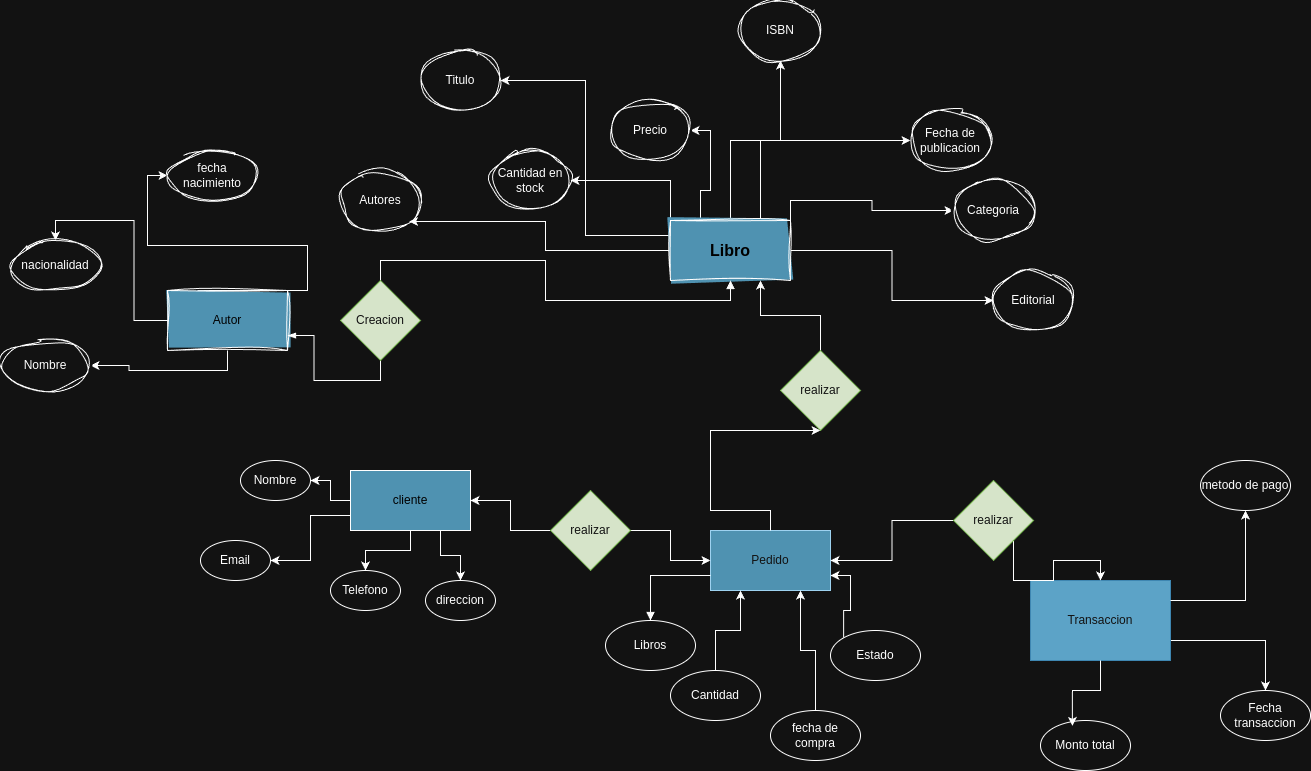
This is modelo conceptual.png from kvinnxz/Examen_Intro, a draw.io export, as it was before one commit. Source tidied: cells renumbered, new cells last; positions are measured from the earlier drawing's top-left corner, leaving out a move shared by most shapes.
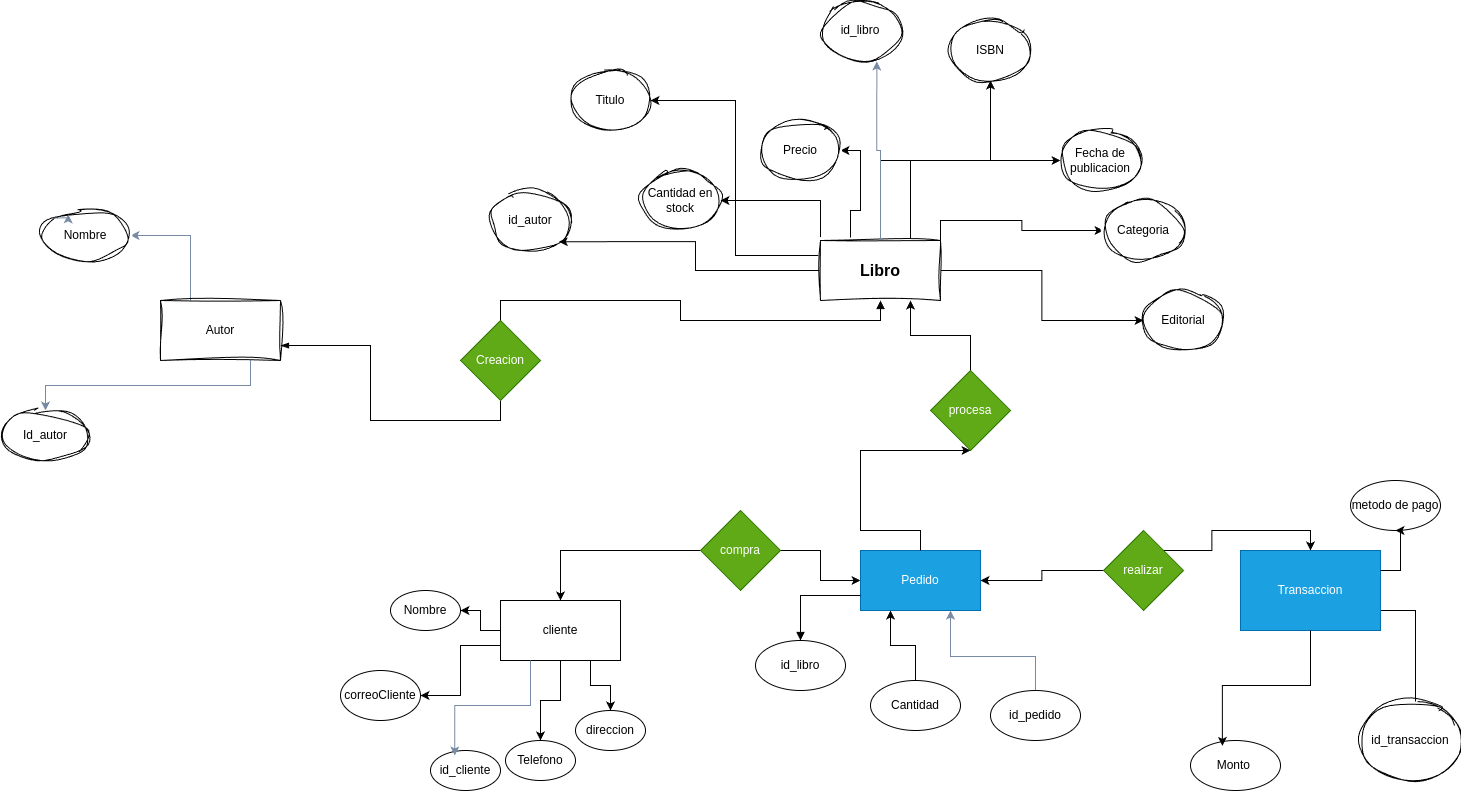
Above is the later version.

Commit message:
Diagrama Conceptual de Entidad-Relación.png

Change to the diagram source:
```diff
@@ -32,7 +32,7 @@
     <mxCell id="11" value="Editorial" style="ellipse;whiteSpace=wrap;html=1;labelBackgroundColor=none;sketch=1;curveFitting=1;jiggle=2;" parent="1" vertex="1">
       <mxGeometry x="993" y="270" width="80" height="60" as="geometry" />
     </mxCell>
-    <mxCell id="12" value="Autores" style="ellipse;whiteSpace=wrap;html=1;labelBackgroundColor=none;sketch=1;curveFitting=1;jiggle=2;" parent="1" vertex="1">
+    <mxCell id="12" value="id_autor" style="ellipse;whiteSpace=wrap;html=1;labelBackgroundColor=none;sketch=1;curveFitting=1;jiggle=2;" parent="1" vertex="1">
       <mxGeometry x="340" y="170" width="80" height="60" as="geometry" />
     </mxCell>
     <mxCell id="13" value="Titulo" style="ellipse;whiteSpace=wrap;html=1;labelBackgroundColor=none;sketch=1;curveFitting=1;jiggle=2;" parent="1" vertex="1">
@@ -45,7 +45,7 @@
       <mxGeometry x="910" y="110" width="80" height="60" as="geometry" />
     </mxCell>
     <mxCell id="16" value="ISBN" style="ellipse;whiteSpace=wrap;html=1;labelBackgroundColor=none;sketch=1;curveFitting=1;jiggle=2;" parent="1" vertex="1">
-      <mxGeometry x="740" width="80" height="60" as="geometry" />
+      <mxGeometry x="800" width="80" height="60" as="geometry" />
     </mxCell>
     <mxCell id="17" value="Cantidad en stock" style="ellipse;whiteSpace=wrap;html=1;labelBackgroundColor=none;sketch=1;curveFitting=1;jiggle=2;" parent="1" vertex="1">
       <mxGeometry x="490" y="150" width="80" height="60" as="geometry" />
@@ -53,42 +53,26 @@
     <mxCell id="18" value="Precio" style="ellipse;whiteSpace=wrap;html=1;labelBackgroundColor=none;sketch=1;curveFitting=1;jiggle=2;" parent="1" vertex="1">
       <mxGeometry x="610" y="100" width="80" height="60" as="geometry" />
     </mxCell>
+    <mxCell id="22" style="edgeStyle=orthogonalEdgeStyle;rounded=0;jettySize=auto;html=1;exitX=0.5;exitY=0;exitDx=0;exitDy=0;entryX=0.5;entryY=1;entryDx=0;entryDy=0;shape=wire;dashed=1;endArrow=block;endFill=1;strokeWidth=1;startArrow=none;startFill=0;" parent="1" edge="1" source="28" target="10">
+      <mxGeometry relative="1" as="geometry" />
+    </mxCell>
+    <mxCell id="65" style="edgeStyle=orthogonalEdgeStyle;rounded=0;jettySize=auto;html=1;exitX=0.75;exitY=1;exitDx=0;exitDy=0;entryX=0.5;entryY=0;entryDx=0;entryDy=0;strokeColor=#788AA3;fontColor=#46495D;fillColor=#B2C9AB;" parent="1" edge="1" source="23" target="67">
+      <mxGeometry relative="1" as="geometry" />
+    </mxCell>
-    <mxCell id="19" style="edgeStyle=orthogonalEdgeStyle;rounded=0;jettySize=auto;html=1;exitX=0.5;exitY=1;exitDx=0;exitDy=0;" parent="1" edge="1" source="23" target="24">
+    <mxCell id="19" style="edgeStyle=orthogonalEdgeStyle;rounded=0;jettySize=auto;html=1;exitX=0.25;exitY=0;exitDx=0;exitDy=0;entryX=1;entryY=0.5;entryDx=0;entryDy=0;strokeColor=#788AA3;fontColor=#46495D;fillColor=#B2C9AB;" parent="1" edge="1" source="23" target="24">
       <mxGeometry relative="1" as="geometry" />
     </mxCell>
-    <mxCell id="20" style="edgeStyle=orthogonalEdgeStyle;rounded=0;jettySize=auto;html=1;exitX=0.25;exitY=0;exitDx=0;exitDy=0;entryX=0;entryY=0.5;entryDx=0;entryDy=0;" parent="1" edge="1" source="23" target="25">
-      <mxGeometry relative="1" as="geometry">
-        <Array as="points">
-          <mxPoint x="307" y="290" />
-          <mxPoint x="307" y="245" />
-          <mxPoint x="147" y="245" />
-          <mxPoint x="147" y="175" />
-        </Array>
-      </mxGeometry>
-    </mxCell>
-    <mxCell id="21" style="edgeStyle=orthogonalEdgeStyle;rounded=0;jettySize=auto;html=1;exitX=0;exitY=0.5;exitDx=0;exitDy=0;entryX=0.5;entryY=0;entryDx=0;entryDy=0;" parent="1" edge="1" source="23" target="26">
-      <mxGeometry relative="1" as="geometry" />
-    </mxCell>
-    <mxCell id="22" style="edgeStyle=orthogonalEdgeStyle;rounded=0;jettySize=auto;html=1;exitX=0.5;exitY=0;exitDx=0;exitDy=0;entryX=0.5;entryY=1;entryDx=0;entryDy=0;shape=wire;dashed=1;endArrow=block;endFill=1;strokeWidth=1;startArrow=none;startFill=0;" parent="1" edge="1" source="28" target="10">
-      <mxGeometry relative="1" as="geometry" />
-    </mxCell>
     <mxCell id="23" value="&lt;font style=&quot;color: light-dark(rgb(0, 0, 0), rgb(0, 0, 0));&quot;&gt;Autor&lt;/font&gt;" style="rounded=0;whiteSpace=wrap;html=1;labelBackgroundColor=none;sketch=1;curveFitting=1;jiggle=2;fillColor=light-dark(#FFFFFF,#4F92B1);" parent="1" vertex="1">
-      <mxGeometry x="167" y="290" width="120" height="60" as="geometry" />
+      <mxGeometry x="10" y="280" width="120" height="60" as="geometry" />
     </mxCell>
     <mxCell id="24" value="Nombre" style="ellipse;whiteSpace=wrap;html=1;labelBackgroundColor=none;sketch=1;curveFitting=1;jiggle=2;" parent="1" vertex="1">
-      <mxGeometry y="340" width="90" height="50" as="geometry" />
+      <mxGeometry x="-110" y="190" width="90" height="50" as="geometry" />
     </mxCell>
-    <mxCell id="25" value="fecha nacimiento" style="ellipse;whiteSpace=wrap;html=1;labelBackgroundColor=none;sketch=1;curveFitting=1;jiggle=2;" parent="1" vertex="1">
-      <mxGeometry x="167" y="150" width="90" height="50" as="geometry" />
-    </mxCell>
-    <mxCell id="26" value="nacionalidad" style="ellipse;whiteSpace=wrap;html=1;labelBackgroundColor=none;sketch=1;curveFitting=1;jiggle=2;" parent="1" vertex="1">
-      <mxGeometry x="10" y="240" width="90" height="50" as="geometry" />
-    </mxCell>
     <mxCell id="27" style="edgeStyle=orthogonalEdgeStyle;rounded=0;jettySize=auto;html=1;exitX=1;exitY=0.75;exitDx=0;exitDy=0;entryX=0.5;entryY=1;entryDx=0;entryDy=0;shape=wire;dashed=1;endArrow=none;endFill=0;strokeWidth=1;startArrow=blockThin;startFill=1;" parent="1" edge="1" source="23" target="28">
       <mxGeometry relative="1" as="geometry" />
     </mxCell>
     <mxCell id="28" value="Creacion" style="rhombus;whiteSpace=wrap;html=1;fillColor=light-dark(#60A917,#D6E4C9);fontColor=#ffffff;strokeColor=#2D7600;" parent="1" vertex="1">
-      <mxGeometry x="340" y="280" width="80" height="80" as="geometry" />
+      <mxGeometry x="310" y="300" width="80" height="80" as="geometry" />
     </mxCell>
     <mxCell id="29" value="Pedido" style="rounded=0;whiteSpace=wrap;html=1;fillColor=light-dark(#1BA1E2,#4F92B1);fontColor=#ffffff;strokeColor=light-dark(#006EAF, #9ed2f0);" parent="1" vertex="1">
       <mxGeometry x="710" y="530" width="120" height="60" as="geometry" />
@@ -96,7 +80,7 @@
     <mxCell id="30" style="edgeStyle=orthogonalEdgeStyle;rounded=0;jettySize=auto;html=1;exitX=0.5;exitY=0;exitDx=0;exitDy=0;entryX=0;entryY=0.75;entryDx=0;entryDy=0;endArrow=none;endFill=0;startArrow=block;startFill=1;" parent="1" edge="1" source="31" target="29">
       <mxGeometry relative="1" as="geometry" />
     </mxCell>
-    <mxCell id="31" value="Libros" style="ellipse;whiteSpace=wrap;html=1;" parent="1" vertex="1">
+    <mxCell id="31" value="id_libro" style="ellipse;whiteSpace=wrap;html=1;" parent="1" vertex="1">
       <mxGeometry x="605" y="620" width="90" height="50" as="geometry" />
     </mxCell>
     <mxCell id="32" style="edgeStyle=orthogonalEdgeStyle;rounded=0;orthogonalLoop=1;jettySize=auto;html=1;exitX=0.5;exitY=1;exitDx=0;exitDy=0;" parent="1" edge="1" source="29" target="29">
@@ -132,19 +116,19 @@
       <mxGeometry relative="1" as="geometry" />
     </mxCell>
     <mxCell id="40" value="&lt;font style=&quot;color: light-dark(rgb(0, 0, 0), rgb(0, 0, 0));&quot;&gt;cliente&lt;/font&gt;" style="rounded=0;whiteSpace=wrap;html=1;fillColor=light-dark(#FFFFFF,#4F92B1);" parent="1" vertex="1">
-      <mxGeometry x="350" y="470" width="120" height="60" as="geometry" />
+      <mxGeometry x="350" y="580" width="120" height="60" as="geometry" />
     </mxCell>
     <mxCell id="41" value="Nombre" style="ellipse;whiteSpace=wrap;html=1;" parent="1" vertex="1">
-      <mxGeometry x="240" y="460" width="70" height="40" as="geometry" />
+      <mxGeometry x="240" y="570" width="70" height="40" as="geometry" />
     </mxCell>
-    <mxCell id="42" value="Email" style="ellipse;whiteSpace=wrap;html=1;" parent="1" vertex="1">
-      <mxGeometry x="200" y="540" width="70" height="40" as="geometry" />
+    <mxCell id="42" value="correoCliente" style="ellipse;whiteSpace=wrap;html=1;" parent="1" vertex="1">
+      <mxGeometry x="190" y="650" width="80" height="50" as="geometry" />
     </mxCell>
     <mxCell id="43" value="Telefono" style="ellipse;whiteSpace=wrap;html=1;" parent="1" vertex="1">
-      <mxGeometry x="330" y="570" width="70" height="40" as="geometry" />
+      <mxGeometry x="355" y="720" width="70" height="40" as="geometry" />
     </mxCell>
     <mxCell id="44" value="direccion" style="ellipse;whiteSpace=wrap;html=1;" parent="1" vertex="1">
-      <mxGeometry x="425" y="580" width="70" height="40" as="geometry" />
+      <mxGeometry x="425" y="690" width="70" height="40" as="geometry" />
     </mxCell>
     <mxCell id="45" style="edgeStyle=orthogonalEdgeStyle;rounded=0;jettySize=auto;html=1;exitX=0;exitY=0.5;exitDx=0;exitDy=0;" parent="1" edge="1" source="47" target="40">
       <mxGeometry relative="1" as="geometry" />
@@ -152,14 +136,16 @@
     <mxCell id="46" style="edgeStyle=orthogonalEdgeStyle;rounded=0;jettySize=auto;html=1;exitX=1;exitY=0.5;exitDx=0;exitDy=0;entryX=0;entryY=0.5;entryDx=0;entryDy=0;" parent="1" edge="1" source="47" target="29">
       <mxGeometry relative="1" as="geometry" />
     </mxCell>
-    <mxCell id="47" value="realizar" style="rhombus;whiteSpace=wrap;html=1;fillColor=light-dark(#60A917,#D6E4C9);fontColor=#ffffff;strokeColor=#2D7600;" parent="1" vertex="1">
+    <mxCell id="47" value="compra" style="rhombus;whiteSpace=wrap;html=1;fillColor=light-dark(#60A917,#D6E4C9);fontColor=#ffffff;strokeColor=#2D7600;" parent="1" vertex="1">
       <mxGeometry x="550" y="490" width="80" height="80" as="geometry" />
     </mxCell>
-    <mxCell id="48" style="edgeStyle=orthogonalEdgeStyle;rounded=0;jettySize=auto;html=1;exitX=1;exitY=0.75;exitDx=0;exitDy=0;entryX=0.5;entryY=0;entryDx=0;entryDy=0;" parent="1" edge="1" source="49" target="62">
-      <mxGeometry relative="1" as="geometry" />
+    <mxCell id="48" style="edgeStyle=orthogonalEdgeStyle;rounded=0;jettySize=auto;html=1;exitX=1;exitY=0.75;exitDx=0;exitDy=0;entryX=0.5;entryY=0;entryDx=0;entryDy=0;" parent="1" edge="1" source="49">
+      <mxGeometry relative="1" as="geometry">
+        <mxPoint x="1265" y="690" as="targetPoint" />
+      </mxGeometry>
     </mxCell>
     <mxCell id="49" value="Transaccion" style="rounded=0;whiteSpace=wrap;html=1;fillColor=light-dark(#1ba1e2, #5ca3c7);fontColor=#ffffff;strokeColor=light-dark(#006EAF,#3E86B1);" parent="1" vertex="1">
-      <mxGeometry x="1030" y="580" width="140" height="80" as="geometry" />
+      <mxGeometry x="1090" y="530" width="140" height="80" as="geometry" />
     </mxCell>
     <mxCell id="50" style="edgeStyle=orthogonalEdgeStyle;rounded=0;jettySize=auto;html=1;exitX=0;exitY=0.5;exitDx=0;exitDy=0;entryX=1;entryY=0.5;entryDx=0;entryDy=0;" parent="1" edge="1" source="52" target="29">
       <mxGeometry relative="1" as="geometry" />
@@ -168,43 +154,60 @@
       <mxGeometry relative="1" as="geometry" />
     </mxCell>
     <mxCell id="52" value="realizar" style="rhombus;whiteSpace=wrap;html=1;fillColor=light-dark(#60A917,#D6E4C9);fontColor=#ffffff;strokeColor=#2D7600;" parent="1" vertex="1">
-      <mxGeometry x="953" y="480" width="80" height="80" as="geometry" />
+      <mxGeometry x="953" y="510" width="80" height="80" as="geometry" />
     </mxCell>
-    <mxCell id="53" value="realizar" style="rhombus;whiteSpace=wrap;html=1;fillColor=light-dark(#60A917,#D6E4C9);fontColor=#ffffff;strokeColor=#2D7600;" parent="1" vertex="1">
+    <mxCell id="53" value="procesa" style="rhombus;whiteSpace=wrap;html=1;fillColor=light-dark(#60A917,#D6E4C9);fontColor=#ffffff;strokeColor=#2D7600;" parent="1" vertex="1">
       <mxGeometry x="780" y="350" width="80" height="80" as="geometry" />
     </mxCell>
-    <mxCell id="54" style="edgeStyle=orthogonalEdgeStyle;rounded=0;jettySize=auto;html=1;exitX=0.5;exitY=0;exitDx=0;exitDy=0;entryX=0.75;entryY=1;entryDx=0;entryDy=0;" parent="1" edge="1" source="55" target="29">
-      <mxGeometry relative="1" as="geometry" />
-    </mxCell>
-    <mxCell id="55" value="fecha de compra" style="ellipse;whiteSpace=wrap;html=1;" parent="1" vertex="1">
-      <mxGeometry x="770" y="710" width="90" height="50" as="geometry" />
-    </mxCell>
     <mxCell id="56" style="edgeStyle=orthogonalEdgeStyle;rounded=0;jettySize=auto;html=1;exitX=0.5;exitY=0;exitDx=0;exitDy=0;entryX=0.25;entryY=1;entryDx=0;entryDy=0;" parent="1" edge="1" source="57" target="29">
       <mxGeometry relative="1" as="geometry" />
     </mxCell>
     <mxCell id="57" value="Cantidad" style="ellipse;whiteSpace=wrap;html=1;" parent="1" vertex="1">
-      <mxGeometry x="670" y="670" width="90" height="50" as="geometry" />
+      <mxGeometry x="720" y="660" width="90" height="50" as="geometry" />
     </mxCell>
-    <mxCell id="58" style="edgeStyle=orthogonalEdgeStyle;rounded=0;jettySize=auto;html=1;exitX=0;exitY=0;exitDx=0;exitDy=0;entryX=1;entryY=0.75;entryDx=0;entryDy=0;" parent="1" edge="1" source="59" target="29">
-      <mxGeometry relative="1" as="geometry" />
-    </mxCell>
-    <mxCell id="59" value="Estado" style="ellipse;whiteSpace=wrap;html=1;" parent="1" vertex="1">
-      <mxGeometry x="830" y="630" width="90" height="50" as="geometry" />
-    </mxCell>
     <mxCell id="60" value="metodo de pago" style="ellipse;whiteSpace=wrap;html=1;" parent="1" vertex="1">
       <mxGeometry x="1200" y="460" width="90" height="50" as="geometry" />
     </mxCell>
     <mxCell id="61" style="edgeStyle=orthogonalEdgeStyle;rounded=0;jettySize=auto;html=1;exitX=1;exitY=0.25;exitDx=0;exitDy=0;entryX=0.5;entryY=1;entryDx=0;entryDy=0;" parent="1" edge="1" source="49" target="60">
       <mxGeometry relative="1" as="geometry" />
     </mxCell>
-    <mxCell id="62" value="Fecha transaccion" style="ellipse;whiteSpace=wrap;html=1;" parent="1" vertex="1">
-      <mxGeometry x="1220" y="690" width="90" height="50" as="geometry" />
-    </mxCell>
-    <mxCell id="63" value="Monto total" style="ellipse;whiteSpace=wrap;html=1;" parent="1" vertex="1">
+    <mxCell id="63" value="Monto&amp;nbsp;" style="ellipse;whiteSpace=wrap;html=1;" parent="1" vertex="1">
       <mxGeometry x="1040" y="720" width="90" height="50" as="geometry" />
     </mxCell>
     <mxCell id="64" style="edgeStyle=orthogonalEdgeStyle;rounded=0;jettySize=auto;html=1;exitX=0.5;exitY=1;exitDx=0;exitDy=0;entryX=0.354;entryY=0.108;entryDx=0;entryDy=0;entryPerimeter=0;" parent="1" edge="1" source="49" target="63">
       <mxGeometry relative="1" as="geometry" />
     </mxCell>
+    <mxCell id="66" style="edgeStyle=orthogonalEdgeStyle;rounded=0;orthogonalLoop=1;jettySize=auto;html=1;exitX=0;exitY=0;exitDx=0;exitDy=0;entryX=0.308;entryY=0.077;entryDx=0;entryDy=0;entryPerimeter=0;strokeColor=#788AA3;fontColor=#46495D;fillColor=#B2C9AB;" parent="1" edge="1" source="24" target="24">
+      <mxGeometry relative="1" as="geometry" />
+    </mxCell>
+    <mxCell id="67" value="Id_autor" style="ellipse;whiteSpace=wrap;html=1;labelBackgroundColor=none;sketch=1;curveFitting=1;jiggle=2;" parent="1" vertex="1">
+      <mxGeometry x="-150" y="390" width="90" height="50" as="geometry" />
+    </mxCell>
+    <mxCell id="68" value="id_transaccion" style="ellipse;whiteSpace=wrap;html=1;labelBackgroundColor=none;sketch=1;curveFitting=1;jiggle=2;" parent="1" vertex="1">
+      <mxGeometry x="1210" y="680" width="100" height="80" as="geometry" />
+    </mxCell>
+    <mxCell id="69" value="id_cliente" style="ellipse;whiteSpace=wrap;html=1;" parent="1" vertex="1">
+      <mxGeometry x="280" y="730" width="70" height="40" as="geometry" />
+    </mxCell>
+    <mxCell id="70" style="edgeStyle=orthogonalEdgeStyle;rounded=0;jettySize=auto;html=1;exitX=0.25;exitY=1;exitDx=0;exitDy=0;entryX=0.347;entryY=0.124;entryDx=0;entryDy=0;entryPerimeter=0;strokeColor=#788AA3;fontColor=#46495D;fillColor=#B2C9AB;" parent="1" edge="1" source="40" target="69">
+      <mxGeometry relative="1" as="geometry" />
+    </mxCell>
+    <mxCell id="71" style="edgeStyle=orthogonalEdgeStyle;rounded=0;jettySize=auto;html=1;exitX=0.5;exitY=0;exitDx=0;exitDy=0;strokeColor=#788AA3;fontColor=#46495D;fillColor=#B2C9AB;entryX=0.75;entryY=1;entryDx=0;entryDy=0;" parent="1" edge="1" source="72" target="29">
+      <mxGeometry relative="1" as="geometry">
+        <Array as="points">
+          <mxPoint x="885" y="636" />
+          <mxPoint x="800" y="636" />
+        </Array>
+      </mxGeometry>
+    </mxCell>
+    <mxCell id="72" value="id_pedido" style="ellipse;whiteSpace=wrap;html=1;" parent="1" vertex="1">
+      <mxGeometry x="840" y="670" width="90" height="50" as="geometry" />
+    </mxCell>
+    <mxCell id="73" value="id_libro" style="ellipse;whiteSpace=wrap;html=1;labelBackgroundColor=none;sketch=1;curveFitting=1;jiggle=2;" parent="1" vertex="1">
+      <mxGeometry x="670" y="-20" width="80" height="60" as="geometry" />
+    </mxCell>
+    <mxCell id="74" style="edgeStyle=orthogonalEdgeStyle;rounded=0;jettySize=auto;html=1;exitX=0.5;exitY=0;exitDx=0;exitDy=0;entryX=0.704;entryY=1.017;entryDx=0;entryDy=0;entryPerimeter=0;strokeColor=#788AA3;fontColor=#46495D;fillColor=#B2C9AB;" parent="1" edge="1" source="10" target="73">
+      <mxGeometry relative="1" as="geometry" />
+    </mxCell>
   </root>
 </mxGraphModel>
```
